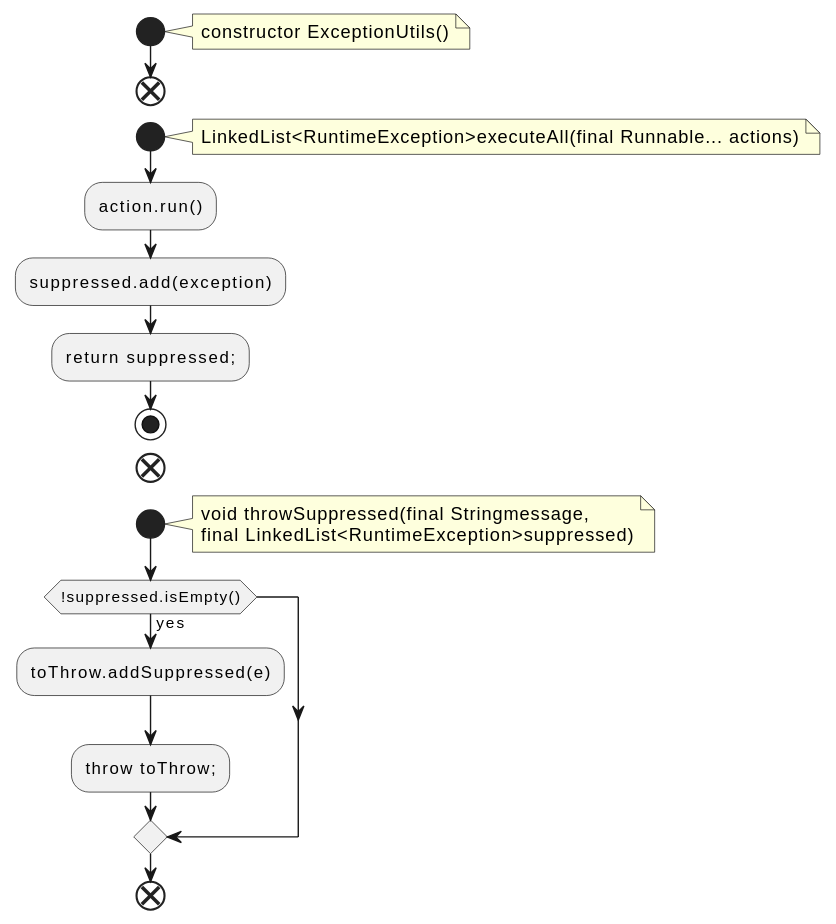
Above: docs/qc/streams/src/main/java/org/apache/kafka/streams/state/internals/ExceptionUtils.java.fct.svg in qualitesys/kafka (PlantUML), before the change. The source it was exported from:
```plantuml
@startuml
!pragma layout smetana
start
note right
constructor ExceptionUtils()
end note
end
start
note right
LinkedList<RuntimeException>executeAll(final Runnable... actions)
end note
:action.run();
:suppressed.add(exception);
:return suppressed;;
stop
end
start
note right
void throwSuppressed(final Stringmessage,
final LinkedList<RuntimeException>suppressed)
end note
if (!suppressed.isEmpty()) then (yes)
:toThrow.addSuppressed(e);
:throw toThrow;;
endif
end
@enduml
```
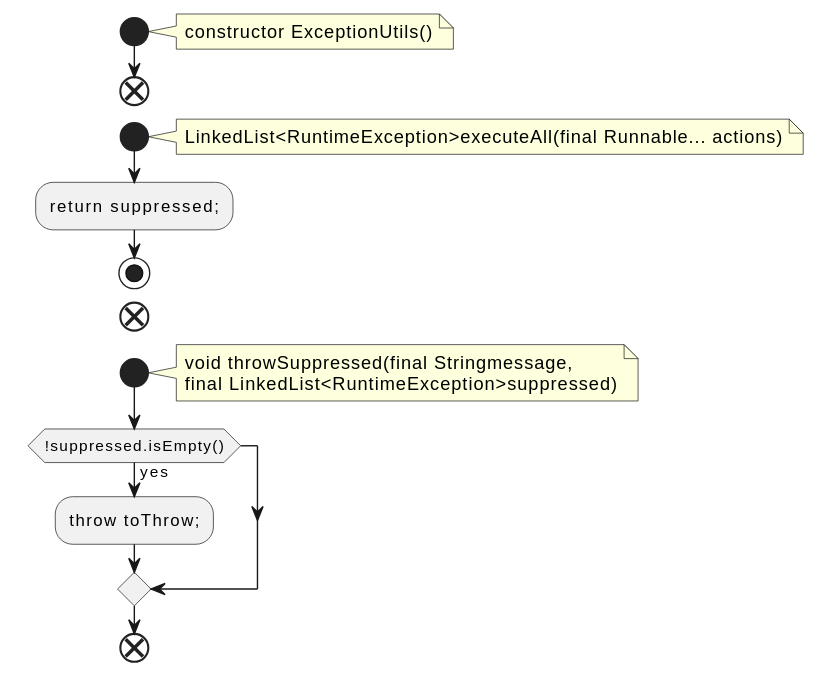
Later version of the same file.

Change to the diagram source:
```diff
@@ -9,8 +9,6 @@
 note right
 LinkedList<RuntimeException>executeAll(final Runnable... actions)
 end note
-:action.run();
-:suppressed.add(exception);
 :return suppressed;;
 stop
 end
@@ -20,7 +18,6 @@
 final LinkedList<RuntimeException>suppressed)
 end note
 if (!suppressed.isEmpty()) then (yes)
-:toThrow.addSuppressed(e);
 :throw toThrow;;
 endif
 end
```
